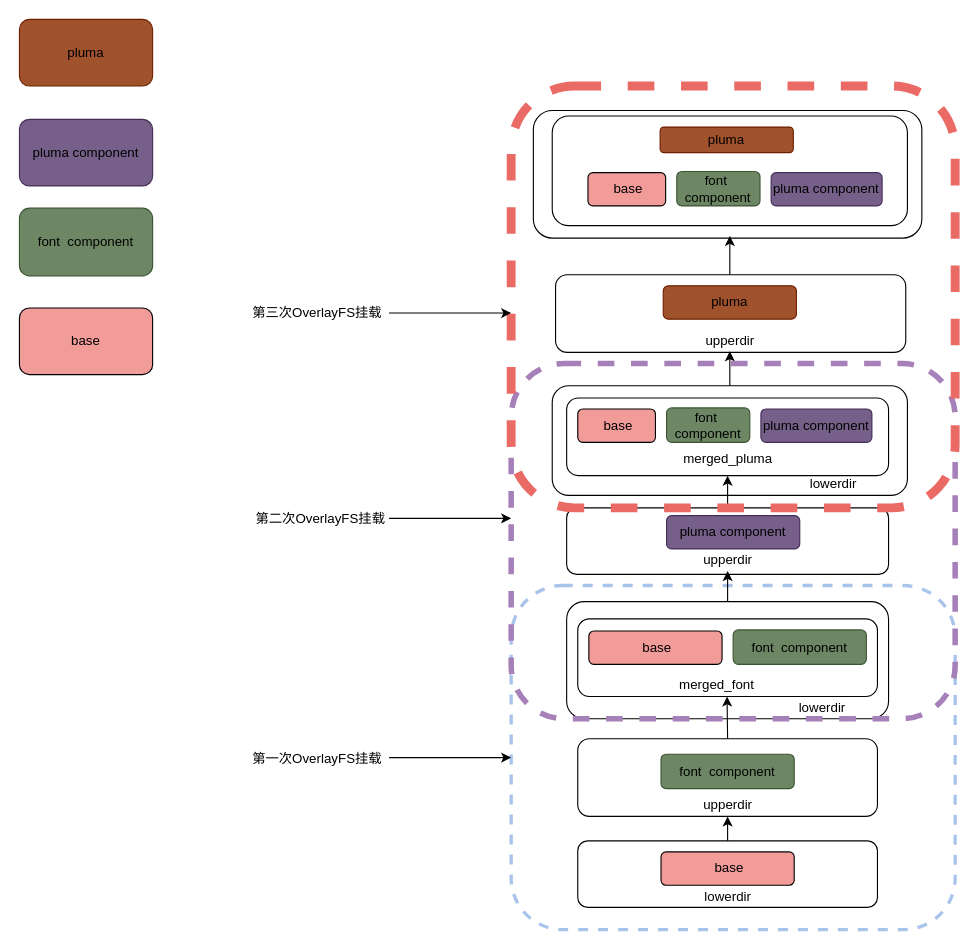
Doorer/draw.io-1 keeps this draw.io diagram as page "第 4 页" (4 of 4) of appcomparch.drawio. Above is the earlier version. Source tidied: cells renumbered, new cells numbered last; positions are measured from the earlier drawing's top-left corner, leaving out a move shared by most shapes. Both pictures are drawn from the tidied source at 111%, with x=0, y=0 at pixel (19, 19).
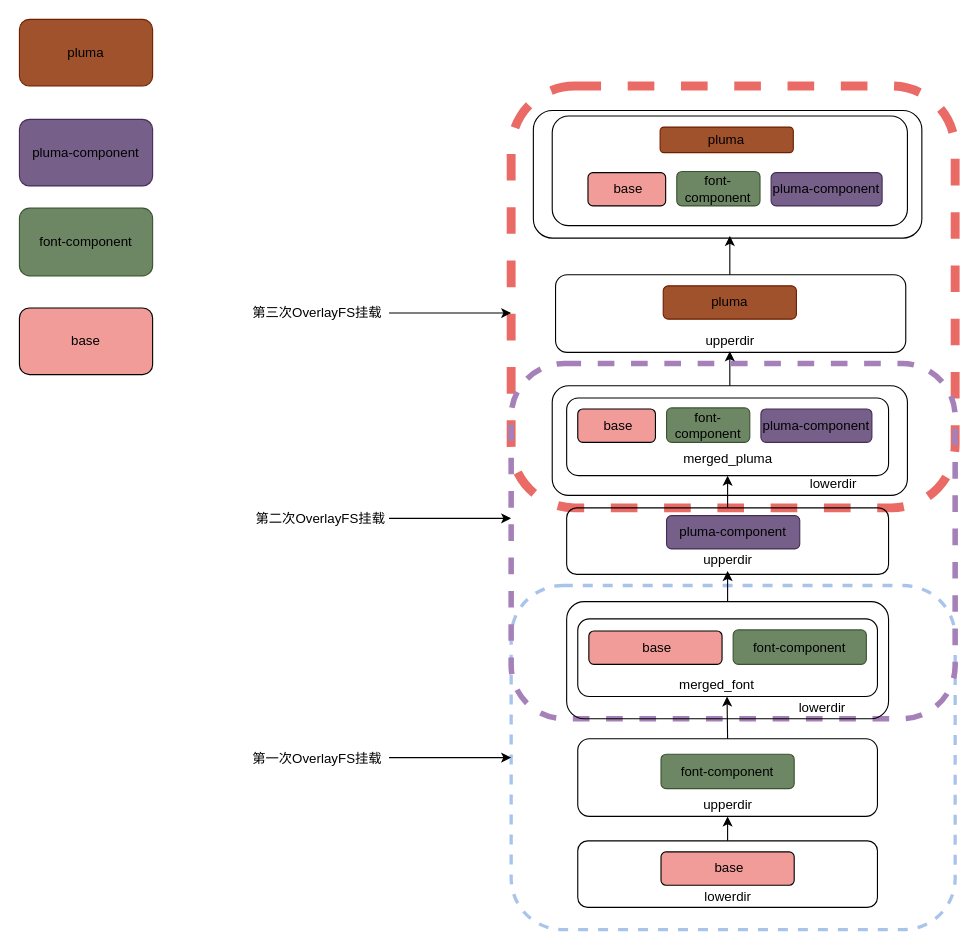
The same page after the edit.

What changed in the source:
```diff
@@
+    <mxCell id="49" style="rounded=1;whiteSpace=wrap;html=1;fontColor=#000000;strokeColor=#EA6B66;fillColor=none;dashed=1;strokeWidth=8;perimeterSpacing=0;" parent="1" vertex="1">
+      <mxGeometry x="443" y="60" width="400" height="380" as="geometry" />
+    </mxCell>
@@
+    <mxCell id="46" style="rounded=1;whiteSpace=wrap;html=1;fontColor=#000000;strokeColor=#A680B8;fillColor=none;dashed=1;strokeWidth=5;perimeterSpacing=0;" parent="1" vertex="1">
+      <mxGeometry x="443" y="310" width="400" height="320" as="geometry" />
+    </mxCell>
@@
-    <mxCell id="10" value="&lt;font color=&quot;#000000&quot;&gt;font&amp;nbsp; component&lt;/font&gt;" style="rounded=1;whiteSpace=wrap;html=1;fillColor=#6d8764;fontColor=#ffffff;strokeColor=#3A5431;" parent="1" vertex="1">
+    <mxCell id="10" value="&lt;font color=&quot;#000000&quot;&gt;font-component&lt;/font&gt;" style="rounded=1;whiteSpace=wrap;html=1;fillColor=#6d8764;fontColor=#ffffff;strokeColor=#3A5431;" parent="1" vertex="1">
       <mxGeometry x="578" y="662" width="120" height="31" as="geometry" />
     </mxCell>
-    <mxCell id="11" value="&lt;font color=&quot;#000000&quot;&gt;pluma component&lt;/font&gt;" style="rounded=1;whiteSpace=wrap;html=1;fillColor=#76608a;fontColor=#ffffff;strokeColor=#432D57;" parent="1" vertex="1">
+    <mxCell id="11" value="&lt;font color=&quot;#000000&quot;&gt;pluma-component&lt;/font&gt;" style="rounded=1;whiteSpace=wrap;html=1;fillColor=#76608a;fontColor=#ffffff;strokeColor=#432D57;" parent="1" vertex="1">
       <mxGeometry y="90" width="120" height="60" as="geometry" />
     </mxCell>
@@
-    <mxCell id="19" value="&lt;font color=&quot;#000000&quot;&gt;font&amp;nbsp; component&lt;/font&gt;" style="rounded=1;whiteSpace=wrap;html=1;fillColor=#6d8764;fontColor=#ffffff;strokeColor=#3A5431;" parent="1" vertex="1">
+    <mxCell id="19" value="&lt;font color=&quot;#000000&quot;&gt;font-component&lt;/font&gt;" style="rounded=1;whiteSpace=wrap;html=1;fillColor=#6d8764;fontColor=#ffffff;strokeColor=#3A5431;" parent="1" vertex="1">
       <mxGeometry x="643" y="550" width="120" height="31" as="geometry" />
     </mxCell>
@@
-    <mxCell id="21" value="&lt;font color=&quot;#000000&quot;&gt;font&amp;nbsp; component&lt;/font&gt;" style="rounded=1;whiteSpace=wrap;html=1;fillColor=#6d8764;fontColor=#ffffff;strokeColor=#3A5431;" parent="1" vertex="1">
+    <mxCell id="21" value="&lt;font color=&quot;#000000&quot;&gt;font-component&lt;/font&gt;" style="rounded=1;whiteSpace=wrap;html=1;fillColor=#6d8764;fontColor=#ffffff;strokeColor=#3A5431;" parent="1" vertex="1">
       <mxGeometry y="170" width="120" height="61" as="geometry" />
     </mxCell>
@@
-    <mxCell id="26" value="&lt;font color=&quot;#000000&quot;&gt;pluma component&lt;/font&gt;" style="rounded=1;whiteSpace=wrap;html=1;fillColor=#76608a;fontColor=#ffffff;strokeColor=#432D57;" parent="1" vertex="1">
+    <mxCell id="26" value="&lt;font color=&quot;#000000&quot;&gt;pluma-component&lt;/font&gt;" style="rounded=1;whiteSpace=wrap;html=1;fillColor=#76608a;fontColor=#ffffff;strokeColor=#432D57;" parent="1" vertex="1">
       <mxGeometry x="583" y="447" width="120" height="30" as="geometry" />
     </mxCell>
@@
-    <mxCell id="31" value="&lt;font color=&quot;#000000&quot;&gt;font&amp;nbsp; component&lt;/font&gt;" style="rounded=1;whiteSpace=wrap;html=1;fillColor=#6d8764;fontColor=#ffffff;strokeColor=#3A5431;" parent="1" vertex="1">
+    <mxCell id="31" value="&lt;font color=&quot;#000000&quot;&gt;font- component&lt;/font&gt;" style="rounded=1;whiteSpace=wrap;html=1;fillColor=#6d8764;fontColor=#ffffff;strokeColor=#3A5431;" parent="1" vertex="1">
       <mxGeometry x="583" y="350" width="75" height="31" as="geometry" />
     </mxCell>
-    <mxCell id="32" value="&lt;font color=&quot;#000000&quot;&gt;pluma component&lt;/font&gt;" style="rounded=1;whiteSpace=wrap;html=1;fillColor=#76608a;fontColor=#ffffff;strokeColor=#432D57;" parent="1" vertex="1">
+    <mxCell id="32" value="&lt;font color=&quot;#000000&quot;&gt;pluma-component&lt;/font&gt;" style="rounded=1;whiteSpace=wrap;html=1;fillColor=#76608a;fontColor=#ffffff;strokeColor=#432D57;" parent="1" vertex="1">
       <mxGeometry x="668" y="351" width="100" height="30" as="geometry" />
     </mxCell>
@@
-    <mxCell id="41" value="&lt;font color=&quot;#000000&quot;&gt;font&amp;nbsp; component&lt;/font&gt;" style="rounded=1;whiteSpace=wrap;html=1;fillColor=#6d8764;fontColor=#ffffff;strokeColor=#3A5431;" parent="1" vertex="1">
+    <mxCell id="41" value="&lt;font color=&quot;#000000&quot;&gt;font- component&lt;/font&gt;" style="rounded=1;whiteSpace=wrap;html=1;fillColor=#6d8764;fontColor=#ffffff;strokeColor=#3A5431;" parent="1" vertex="1">
       <mxGeometry x="592.2" y="137" width="75" height="31" as="geometry" />
     </mxCell>
-    <mxCell id="42" value="&lt;font color=&quot;#000000&quot;&gt;pluma component&lt;/font&gt;" style="rounded=1;whiteSpace=wrap;html=1;fillColor=#76608a;fontColor=#ffffff;strokeColor=#432D57;" parent="1" vertex="1">
+    <mxCell id="42" value="&lt;font color=&quot;#000000&quot;&gt;pluma-component&lt;/font&gt;" style="rounded=1;whiteSpace=wrap;html=1;fillColor=#76608a;fontColor=#ffffff;strokeColor=#432D57;" parent="1" vertex="1">
       <mxGeometry x="677.2" y="138" width="100" height="30" as="geometry" />
     </mxCell>
@@
-    <mxCell id="46" style="rounded=1;whiteSpace=wrap;html=1;fontColor=#000000;strokeColor=#A680B8;fillColor=none;dashed=1;strokeWidth=5;perimeterSpacing=0;" parent="1" vertex="1">
-      <mxGeometry x="443" y="310" width="400" height="320" as="geometry" />
-    </mxCell>
@@
-    <mxCell id="49" style="rounded=1;whiteSpace=wrap;html=1;fontColor=#000000;strokeColor=#EA6B66;fillColor=none;dashed=1;strokeWidth=8;perimeterSpacing=0;" parent="1" vertex="1">
-      <mxGeometry x="443" y="60" width="400" height="380" as="geometry" />
-    </mxCell>
```
